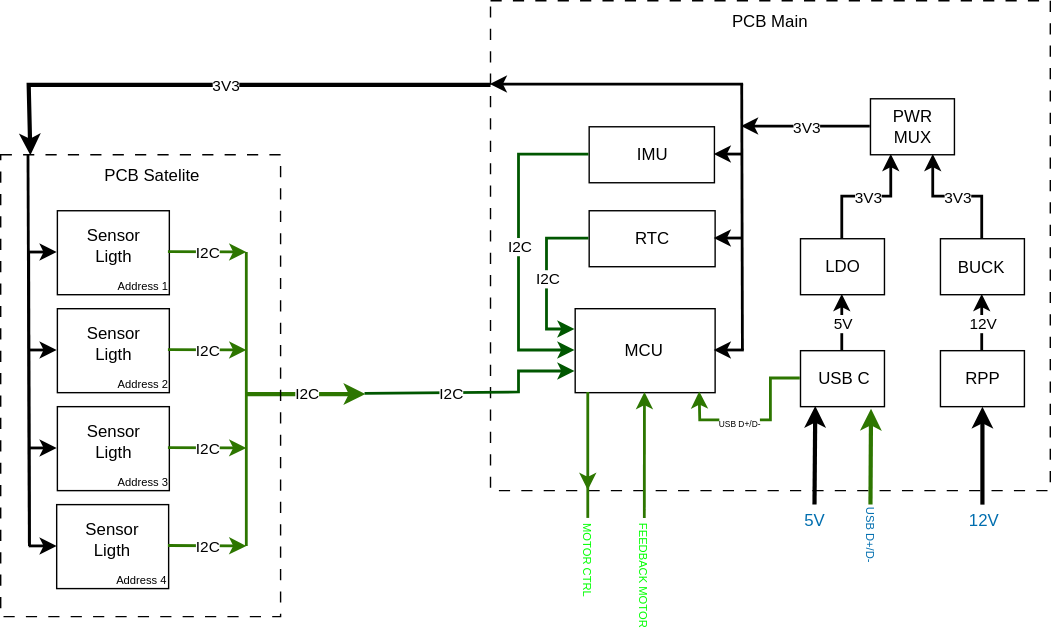
Before: Hardware/Esquematico General.svg, a diagram exported from draw.io (TobiasDecoud/Solar-Tracking-System). Source tidied: cells renumbered, new cells last; positions are measured from the earlier drawing's top-left corner, leaving out a move shared by most shapes.
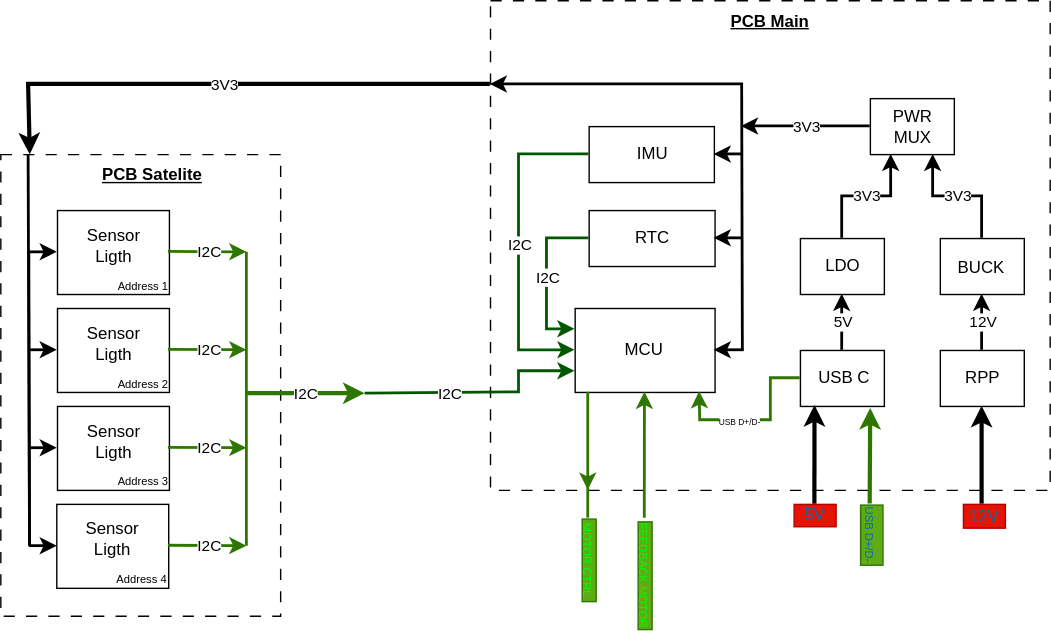
After the change.

Change to the diagram source:
```diff
@@ -2,10 +2,13 @@
   <root>
     <mxCell id="0" />
     <mxCell id="1" parent="0" />
+    <mxCell id="87" style="rounded=0;whiteSpace=wrap;html=1;fillColor=none;dashed=1;dashPattern=8 8;" parent="1" vertex="1">
+      <mxGeometry y="110" width="200" height="330" as="geometry" />
+    </mxCell>
     <mxCell id="2" style="rounded=0;whiteSpace=wrap;html=1;fillColor=none;dashed=1;dashPattern=8 8;" parent="1" vertex="1">
       <mxGeometry x="350" width="400" height="350" as="geometry" />
     </mxCell>
-    <mxCell id="3" value="PCB Satelite" style="text;html=1;whiteSpace=wrap;strokeColor=none;fillColor=none;align=center;verticalAlign=middle;rounded=0;" parent="1" vertex="1">
+    <mxCell id="3" value="&lt;b&gt;&lt;u&gt;PCB Satelite&lt;/u&gt;&lt;/b&gt;" style="text;html=1;whiteSpace=wrap;strokeColor=none;fillColor=none;align=center;verticalAlign=middle;rounded=0;" parent="1" vertex="1">
       <mxGeometry x="56" y="110" width="105" height="30" as="geometry" />
     </mxCell>
     <mxCell id="4" style="rounded=0;whiteSpace=wrap;html=1;strokeColor=default;fillColor=none;" parent="1" vertex="1">
@@ -204,8 +207,8 @@
         <mxPoint x="701.5" y="360" as="sourcePoint" />
       </mxGeometry>
     </mxCell>
-    <mxCell id="58" value="&lt;font style=&quot;color: light-dark(rgb(0, 110, 175), rgb(255, 0, 0));&quot;&gt;12V&lt;/font&gt;" style="text;html=1;whiteSpace=wrap;strokeColor=none;fillColor=none;align=center;verticalAlign=middle;rounded=0;" parent="1" vertex="1">
-      <mxGeometry x="672.5" y="357" width="60" height="30" as="geometry" />
+    <mxCell id="58" value="&lt;font style=&quot;color: light-dark(rgb(0, 110, 175), rgb(255, 0, 0));&quot;&gt;12V&lt;/font&gt;" style="text;html=1;whiteSpace=wrap;strokeColor=#B20000;fillColor=#e51400;align=center;verticalAlign=middle;rounded=0;fontColor=#ffffff;" parent="1" vertex="1">
+      <mxGeometry x="688" y="360" width="30" height="17" as="geometry" />
     </mxCell>
     <mxCell id="59" style="endArrow=classic;html=1;rounded=0;entryX=0.5;entryY=1;entryDx=0;entryDy=0;exitX=0.5;exitY=0;exitDx=0;exitDy=0;strokeColor=light-dark(#000000,#FF0000);strokeWidth=2;" parent="1" edge="1" source="36" target="33">
       <mxGeometry relative="1" as="geometry" />
@@ -227,11 +230,11 @@
     </mxCell>
     <mxCell id="63" style="endArrow=classic;html=1;rounded=0;strokeWidth=3;strokeColor=light-dark(#000000,#CC0000);entryX=0.176;entryY=0.988;entryDx=0;entryDy=0;entryPerimeter=0;" parent="1" edge="1" target="55">
       <mxGeometry relative="1" as="geometry">
-        <mxPoint x="581.5" y="359.9" as="sourcePoint" />
+        <mxPoint x="582" y="360" as="sourcePoint" />
       </mxGeometry>
     </mxCell>
-    <mxCell id="64" value="&lt;font style=&quot;color: light-dark(rgb(0, 110, 175), rgb(255, 0, 0));&quot;&gt;5V&lt;/font&gt;" style="text;html=1;whiteSpace=wrap;strokeColor=none;fillColor=none;align=center;verticalAlign=middle;rounded=0;" parent="1" vertex="1">
-      <mxGeometry x="566.5" y="364" width="30" height="16" as="geometry" />
+    <mxCell id="64" value="&lt;font style=&quot;color: light-dark(rgb(0, 110, 175), rgb(255, 0, 0));&quot;&gt;5V&lt;/font&gt;" style="text;html=1;whiteSpace=wrap;strokeColor=#B20000;fillColor=#e51400;align=center;verticalAlign=middle;rounded=0;fontColor=#ffffff;" parent="1" vertex="1">
+      <mxGeometry x="567" y="360" width="30" height="16" as="geometry" />
     </mxCell>
     <mxCell id="65" style="endArrow=classic;html=1;rounded=0;entryX=0.5;entryY=1;entryDx=0;entryDy=0;exitX=0.5;exitY=0;exitDx=0;exitDy=0;strokeColor=light-dark(#000000,#FF0000);strokeWidth=2;" parent="1" edge="1" source="55" target="39">
       <mxGeometry relative="1" as="geometry" />
@@ -256,7 +259,7 @@
         <mxPoint x="621.5" y="359.9" as="sourcePoint" />
       </mxGeometry>
     </mxCell>
-    <mxCell id="70" value="&lt;font style=&quot;color: light-dark(rgb(0, 110, 175), rgb(0, 255, 0)); font-size: 8px;&quot;&gt;USB D+/D-&lt;/font&gt;" style="text;html=1;whiteSpace=wrap;strokeColor=none;fillColor=none;align=center;verticalAlign=middle;rounded=0;rotation=90;" parent="1" vertex="1">
+    <mxCell id="70" value="&lt;font style=&quot;color: light-dark(rgb(0, 110, 175), rgb(0, 255, 0)); font-size: 8px;&quot;&gt;USB D+/D-&lt;/font&gt;" style="text;html=1;whiteSpace=wrap;strokeColor=#2D7600;fillColor=#60a917;align=center;verticalAlign=middle;rounded=0;rotation=90;fontColor=#ffffff;" parent="1" vertex="1">
       <mxGeometry x="601" y="374" width="43" height="16" as="geometry" />
     </mxCell>
     <mxCell id="71" style="endArrow=none;html=1;rounded=0;strokeColor=light-dark(#000000,#FF0000);strokeWidth=2;" parent="1" edge="1">
@@ -343,7 +346,7 @@
         <mxPoint x="-22" as="offset" />
       </mxGeometry>
     </mxCell>
-    <mxCell id="85" value="PCB Main" style="text;html=1;whiteSpace=wrap;strokeColor=none;fillColor=none;align=center;verticalAlign=middle;rounded=0;" parent="1" vertex="1">
+    <mxCell id="85" value="&lt;u&gt;&lt;b&gt;PCB Main&lt;/b&gt;&lt;/u&gt;" style="text;html=1;whiteSpace=wrap;strokeColor=none;fillColor=none;align=center;verticalAlign=middle;rounded=0;" parent="1" vertex="1">
       <mxGeometry x="520" width="60" height="30" as="geometry" />
     </mxCell>
     <mxCell id="86" style="endArrow=none;html=1;rounded=0;strokeColor=light-dark(#000000,#CC0000);strokeWidth=2;" parent="1" edge="1">
@@ -352,9 +355,6 @@
         <mxPoint x="20" y="110" as="targetPoint" />
       </mxGeometry>
     </mxCell>
-    <mxCell id="87" style="rounded=0;whiteSpace=wrap;html=1;fillColor=none;dashed=1;dashPattern=8 8;" parent="1" vertex="1">
-      <mxGeometry y="110" width="200" height="330" as="geometry" />
-    </mxCell>
     <mxCell id="88" style="endArrow=classic;html=1;rounded=0;strokeWidth=2;strokeColor=light-dark(#000000,#FF0000);" parent="1" edge="1">
       <mxGeometry relative="1" as="geometry">
         <mxPoint x="531" y="60" as="sourcePoint" />
@@ -389,10 +389,10 @@
         <mxPoint x="420" y="370" as="targetPoint" />
       </mxGeometry>
     </mxCell>
-    <mxCell id="94" value="&lt;font style=&quot;color: light-dark(rgb(0, 255, 0), rgb(0, 255, 0)); font-size: 8px;&quot;&gt;&lt;span style=&quot;line-height: 70%;&quot;&gt;MOTOR CTRL&lt;/span&gt;&lt;/font&gt;" style="text;html=1;whiteSpace=wrap;strokeColor=none;fillColor=none;align=center;verticalAlign=middle;rounded=0;rotation=90;" parent="1" vertex="1">
+    <mxCell id="94" value="&lt;font style=&quot;color: light-dark(rgb(0, 255, 0), rgb(0, 255, 0)); font-size: 8px;&quot;&gt;&lt;span style=&quot;line-height: 70%;&quot;&gt;MOTOR CTRL&lt;/span&gt;&lt;/font&gt;" style="text;html=1;whiteSpace=wrap;strokeColor=#2D7600;fillColor=#60a917;align=center;verticalAlign=middle;rounded=0;rotation=90;fontColor=#ffffff;" parent="1" vertex="1">
       <mxGeometry x="391" y="395" width="59" height="10" as="geometry" />
     </mxCell>
-    <mxCell id="95" value="&lt;font style=&quot;color: light-dark(rgb(0, 255, 0), rgb(0, 255, 0)); font-size: 8px;&quot;&gt;FEEDBACK MOTOR&lt;/font&gt;" style="text;html=1;whiteSpace=wrap;strokeColor=none;fillColor=none;align=center;verticalAlign=middle;rounded=0;rotation=90;" parent="1" vertex="1">
+    <mxCell id="95" value="&lt;font style=&quot;color: light-dark(rgb(0, 255, 0), rgb(0, 255, 0)); font-size: 8px;&quot;&gt;FEEDBACK MOTOR&lt;/font&gt;" style="text;html=1;whiteSpace=wrap;strokeColor=#2D7600;fillColor=#60a917;align=center;verticalAlign=middle;rounded=0;rotation=90;fontColor=#ffffff;" parent="1" vertex="1">
       <mxGeometry x="422" y="406" width="77" height="10" as="geometry" />
     </mxCell>
   </root>
```
